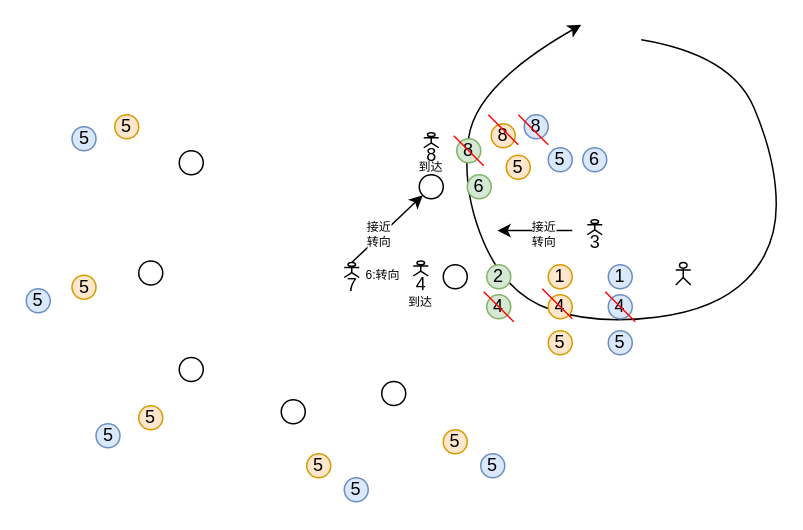
This is Untitled Diagram.drawio from YannieCheung/ArchitectureDiagram, a draw.io file, before an edit. Source tidied: cells renumbered, new cells numbered last; positions are measured from the earlier drawing's top-left corner, leaving out a move shared by most shapes. Both pictures are drawn from the tidied source at 150%, with x=0, y=0 at pixel (26, 24).
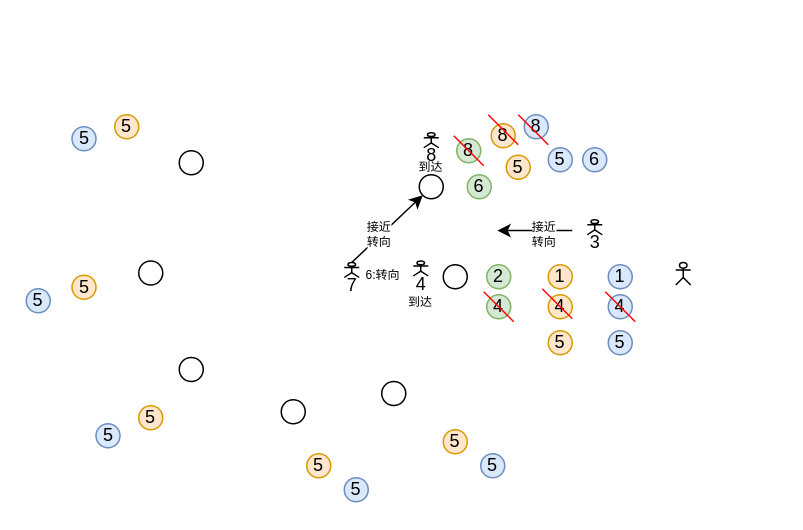
The same diagram, later.

Change to the diagram source:
```diff
@@
-    <mxCell id="2" style="curved=1;endArrow=classic;html=1;rounded=0;" parent="1" edge="1">
-      <mxGeometry relative="1" as="geometry">
-        <mxPoint x="410" y="10" as="sourcePoint" />
-        <mxPoint x="370" as="targetPoint" />
-        <Array as="points">
-          <mxPoint x="470" y="20" />
-          <mxPoint x="500" y="90" />
-          <mxPoint x="500" y="150" />
-          <mxPoint x="460" y="190" />
-          <mxPoint x="380" y="200" />
-          <mxPoint x="320" y="180" />
-          <mxPoint x="290" y="110" />
-          <mxPoint x="300" y="40" />
-        </Array>
-      </mxGeometry>
-    </mxCell>
```
